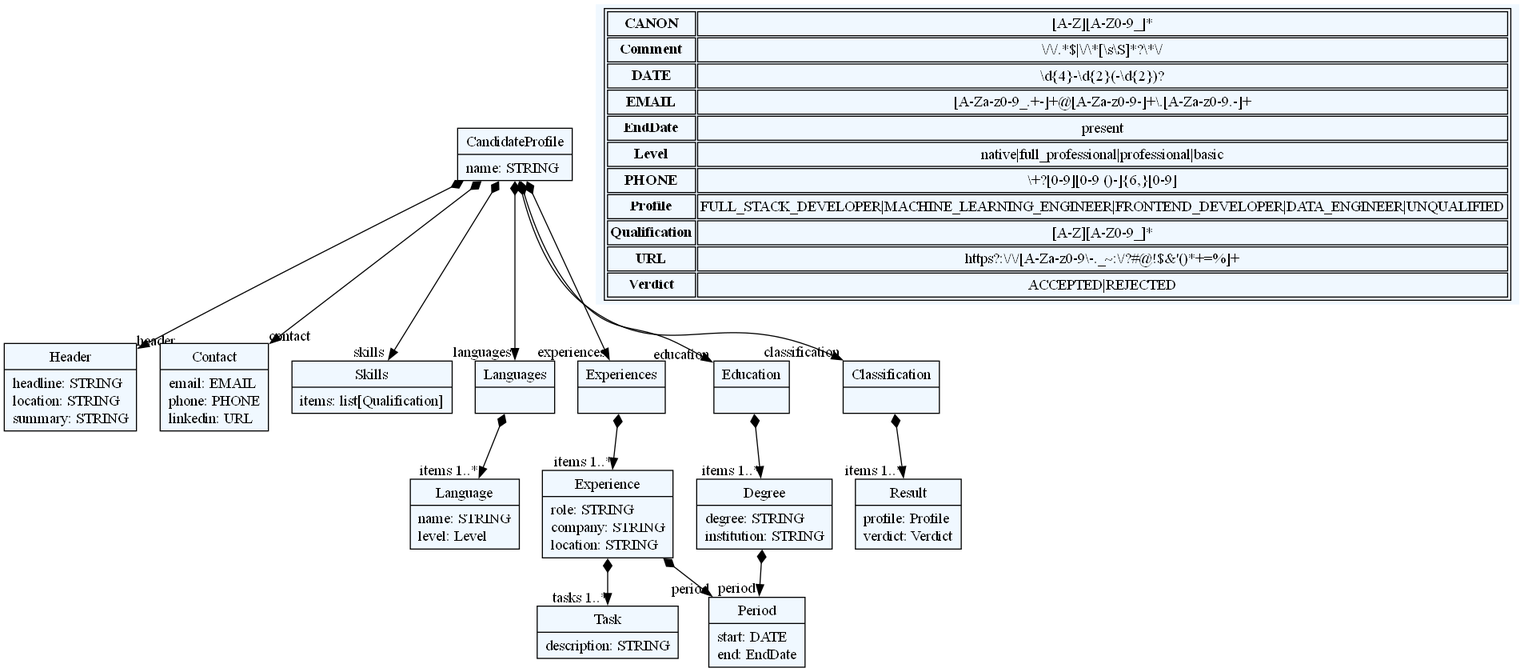
The Graphviz diagram docs/diagrams/resume_meta.dot.png in brynzd/ResumeLens, before a commit. Its source is kept beside it as docs/diagrams/resume_meta.dot.
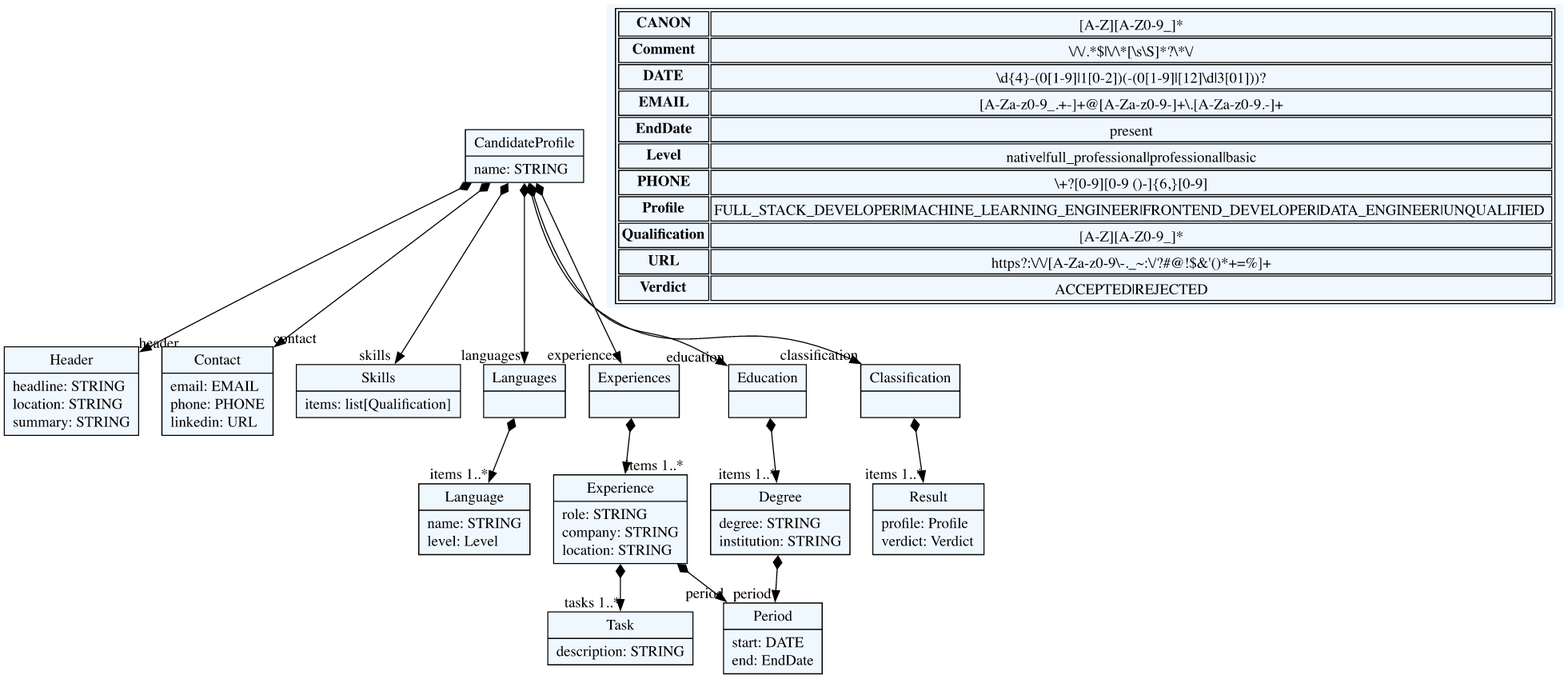
Above is the later version.

Commit message:
docs: generate every diagram from the code

The edit, as a diff of the source:
```diff
@@ -10,50 +10,50 @@
     edge[dir=black,arrowtail=empty]
 
 
-2967134936272[ label="{CandidateProfile|name: STRING\l}"]
+n1[ label="{CandidateProfile|name: STRING\l}"]
 
-2967135974864[ label="{Header|headline: STRING\llocation: STRING\lsummary: STRING\l}"]
+n2[ label="{Header|headline: STRING\llocation: STRING\lsummary: STRING\l}"]
 
-2967135974224[ label="{Contact|email: EMAIL\lphone: PHONE\llinkedin: URL\l}"]
+n3[ label="{Contact|email: EMAIL\lphone: PHONE\llinkedin: URL\l}"]
 
-2967135973072[ label="{Skills|items: list[Qualification]\l}"]
+n4[ label="{Skills|items: list[Qualification]\l}"]
 
-2967135970768[ label="{Languages|}"]
+n5[ label="{Languages|}"]
 
-2967135970256[ label="{Language|name: STRING\llevel: Level\l}"]
+n6[ label="{Language|name: STRING\llevel: Level\l}"]
 
-2967135826640[ label="{Experiences|}"]
+n7[ label="{Experiences|}"]
 
-2967135820752[ label="{Experience|role: STRING\lcompany: STRING\llocation: STRING\l}"]
+n8[ label="{Experience|role: STRING\lcompany: STRING\llocation: STRING\l}"]
 
-2967135819344[ label="{Task|description: STRING\l}"]
+n9[ label="{Task|description: STRING\l}"]
 
-2967135818320[ label="{Period|start: DATE\lend: EndDate\l}"]
+n10[ label="{Period|start: DATE\lend: EndDate\l}"]
 
-2967135816784[ label="{Education|}"]
+n11[ label="{Education|}"]
 
-2967135816016[ label="{Degree|degree: STRING\linstitution: STRING\l}"]
+n12[ label="{Degree|degree: STRING\linstitution: STRING\l}"]
 
-2967135824080[ label="{Classification|}"]
+n13[ label="{Classification|}"]
 
-2967135815632[ label="{Result|profile: Profile\lverdict: Verdict\l}"]
+n14[ label="{Result|profile: Profile\lverdict: Verdict\l}"]
 
 
 
-2967134936272 -> 2967135974864[arrowtail=diamond, dir=both, headlabel="header "]
-2967134936272 -> 2967135974224[arrowtail=diamond, dir=both, headlabel="contact "]
-2967134936272 -> 2967135973072[arrowtail=diamond, dir=both, headlabel="skills "]
-2967134936272 -> 2967135970768[arrowtail=diamond, dir=both, headlabel="languages "]
-2967134936272 -> 2967135826640[arrowtail=diamond, dir=both, headlabel="experiences "]
-2967134936272 -> 2967135816784[arrowtail=diamond, dir=both, headlabel="education "]
-2967134936272 -> 2967135824080[arrowtail=diamond, dir=both, headlabel="classification "]
-2967135970768 -> 2967135970256[arrowtail=diamond, dir=both, headlabel="items 1..*"]
-2967135826640 -> 2967135820752[arrowtail=diamond, dir=both, headlabel="items 1..*"]
-2967135820752 -> 2967135818320[arrowtail=diamond, dir=both, headlabel="period "]
-2967135820752 -> 2967135819344[arrowtail=diamond, dir=both, headlabel="tasks 1..*"]
-2967135816784 -> 2967135816016[arrowtail=diamond, dir=both, headlabel="items 1..*"]
-2967135816016 -> 2967135818320[arrowtail=diamond, dir=both, headlabel="period "]
-2967135824080 -> 2967135815632[arrowtail=diamond, dir=both, headlabel="items 1..*"]
+n1 -> n2[arrowtail=diamond, dir=both, headlabel="header "]
+n1 -> n3[arrowtail=diamond, dir=both, headlabel="contact "]
+n1 -> n4[arrowtail=diamond, dir=both, headlabel="skills "]
+n1 -> n5[arrowtail=diamond, dir=both, headlabel="languages "]
+n1 -> n7[arrowtail=diamond, dir=both, headlabel="experiences "]
+n1 -> n11[arrowtail=diamond, dir=both, headlabel="education "]
+n1 -> n13[arrowtail=diamond, dir=both, headlabel="classification "]
+n5 -> n6[arrowtail=diamond, dir=both, headlabel="items 1..*"]
+n7 -> n8[arrowtail=diamond, dir=both, headlabel="items 1..*"]
+n8 -> n10[arrowtail=diamond, dir=both, headlabel="period "]
+n8 -> n9[arrowtail=diamond, dir=both, headlabel="tasks 1..*"]
+n11 -> n12[arrowtail=diamond, dir=both, headlabel="items 1..*"]
+n12 -> n10[arrowtail=diamond, dir=both, headlabel="period "]
+n13 -> n14[arrowtail=diamond, dir=both, headlabel="items 1..*"]
 match_rules [ shape=plaintext, label=< <table>
 	<tr>
 		<td><b>CANON</b></td><td>[A-Z][A-Z0-9_]*</td>
@@ -62,7 +62,7 @@
 		<td><b>Comment</b></td><td>\/\/.*$|\/\*[\s\S]*?\*\/</td>
 	</tr>
 	<tr>
-		<td><b>DATE</b></td><td>\d{4}-\d{2}(-\d{2})?</td>
+		<td><b>DATE</b></td><td>\d{4}-(0[1-9]|1[0-2])(-(0[1-9]|[12]\d|3[01]))?</td>
 	</tr>
 	<tr>
 		<td><b>EMAIL</b></td><td>[A-Za-z0-9_.+-]+@[A-Za-z0-9-]+\.[A-Za-z0-9.-]+</td>
```
